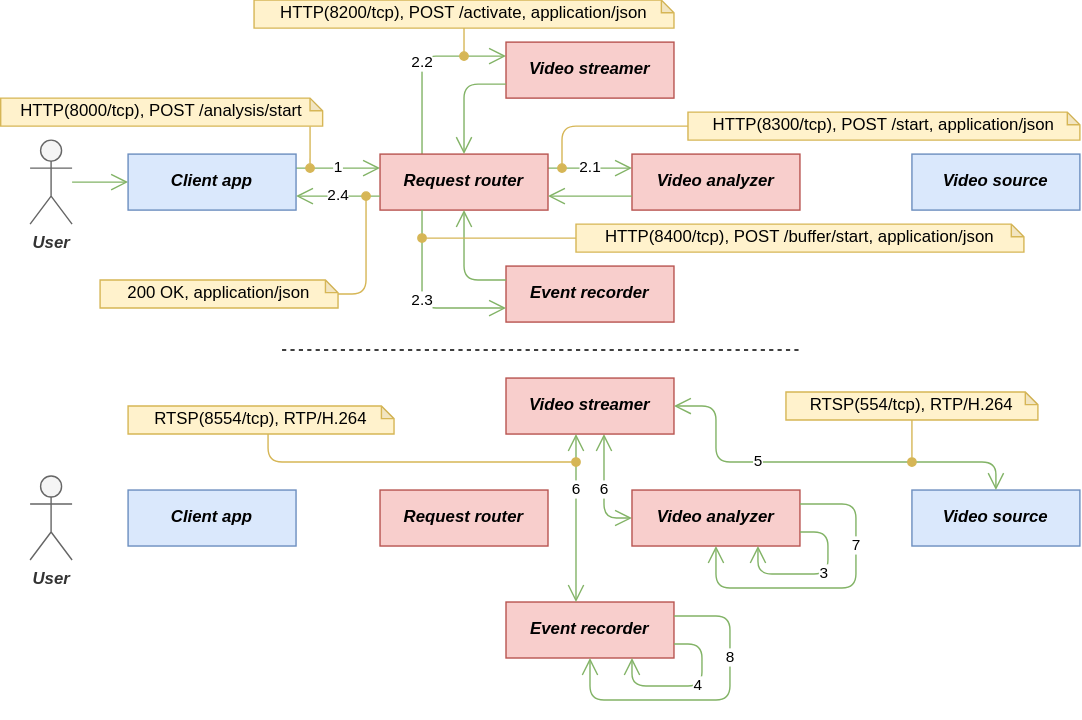
skim2048/babycat keeps this draw.io diagram as docs/sdd/figs/6-4.drawio.svg. Above is the earlier version. Source tidied: cells renumbered, new cells last; positions are measured from the earlier drawing's top-left corner, leaving out a move shared by most shapes.
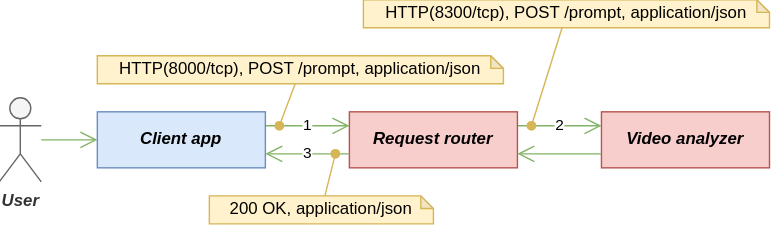
The same diagram one commit later.

Diff of the diagram source:
```diff
@@ -2,209 +2,56 @@
   <root>
     <mxCell id="0" />
     <mxCell id="1" parent="0" />
-    <mxCell id="2" value="6" style="edgeStyle=orthogonalEdgeStyle;html=1;endArrow=open;endFill=0;endSize=10;fillColor=#d5e8d4;strokeColor=#82b366;entryX=0;entryY=0.5;entryDx=0;entryDy=0;startArrow=open;startFill=0;startSize=10;" parent="1" edge="1" source="33" target="32">
-      <mxGeometry relative="1" as="geometry">
-        <Array as="points">
-          <mxPoint x="431" y="370" />
-        </Array>
-      </mxGeometry>
-    </mxCell>
     <mxCell id="3" style="edgeStyle=none;html=1;endArrow=open;endFill=0;endSize=10;fillColor=#d5e8d4;strokeColor=#82b366;" parent="1" edge="1" source="4" target="6">
-      <mxGeometry relative="1" as="geometry">
-        <Array as="points">
-          <mxPoint x="71" y="130" />
-        </Array>
-      </mxGeometry>
+      <mxGeometry relative="1" as="geometry" />
     </mxCell>
-    <mxCell id="4" value="User" style="shape=umlActor;verticalLabelPosition=bottom;verticalAlign=top;html=1;outlineConnect=0;fillColor=#f5f5f5;fontColor=#333333;strokeColor=#666666;fontStyle=3;" parent="1" vertex="1">
+    <mxCell id="4" value="User" style="shape=umlActor;verticalLabelPosition=bottom;verticalAlign=top;html=1;outlineConnect=0;fontStyle=3;fillColor=#f5f5f5;strokeColor=#666666;fontColor=#333333;" parent="1" vertex="1">
       <mxGeometry x="21" y="100" width="30" height="60" as="geometry" />
     </mxCell>
-    <mxCell id="5" value="&amp;nbsp;1&amp;nbsp;" style="edgeStyle=none;html=1;endArrow=open;endFill=0;endSize=10;entryX=0;entryY=0.25;entryDx=0;entryDy=0;exitX=1;exitY=0.25;exitDx=0;exitDy=0;fillColor=#d5e8d4;strokeColor=#82b366;" parent="1" edge="1" source="6" target="9">
+    <mxCell id="5" value="&amp;nbsp; 1&amp;nbsp;" style="edgeStyle=none;html=1;endArrow=open;endFill=0;endSize=10;entryX=0;entryY=0.25;entryDx=0;entryDy=0;exitX=1;exitY=0.25;exitDx=0;exitDy=0;fillColor=#d5e8d4;strokeColor=#82b366;" parent="1" edge="1" source="6" target="9">
       <mxGeometry relative="1" as="geometry" />
     </mxCell>
-    <mxCell id="6" value="Client app" style="rounded=0;whiteSpace=wrap;html=1;fillColor=#dae8fc;strokeColor=#6c8ebf;fontStyle=3;" parent="1" vertex="1">
+    <mxCell id="6" value="Client app" style="rounded=0;whiteSpace=wrap;html=1;fillColor=#dae8fc;fontStyle=3;strokeColor=#6c8ebf;" parent="1" vertex="1">
       <mxGeometry x="91" y="110" width="120" height="40" as="geometry" />
     </mxCell>
-    <mxCell id="7" value="&amp;nbsp;2.1&amp;nbsp;" style="edgeStyle=none;html=1;endArrow=open;endFill=0;endSize=10;exitX=1;exitY=0.25;exitDx=0;exitDy=0;entryX=0;entryY=0.25;entryDx=0;entryDy=0;fillColor=#d5e8d4;strokeColor=#82b366;" parent="1" edge="1" source="9" target="10">
+    <mxCell id="7" value="&amp;nbsp;2&amp;nbsp;" style="edgeStyle=none;html=1;endArrow=open;endFill=0;endSize=10;exitX=1;exitY=0.25;exitDx=0;exitDy=0;entryX=0;entryY=0.25;entryDx=0;entryDy=0;fillColor=#d5e8d4;strokeColor=#82b366;" parent="1" edge="1" source="9" target="10">
       <mxGeometry relative="1" as="geometry" />
     </mxCell>
-    <mxCell id="8" value="&amp;nbsp;2.2&amp;nbsp;" style="edgeStyle=orthogonalEdgeStyle;html=1;endArrow=open;endFill=0;endSize=10;entryX=0;entryY=0.25;entryDx=0;entryDy=0;exitX=0.25;exitY=0;exitDx=0;exitDy=0;fillColor=#d5e8d4;strokeColor=#82b366;" parent="1" edge="1" source="9" target="11">
-      <mxGeometry relative="1" as="geometry" />
-    </mxCell>
-    <mxCell id="9" value="Request router" style="rounded=0;whiteSpace=wrap;html=1;fillColor=#f8cecc;strokeColor=#b85450;fontStyle=3;" parent="1" vertex="1">
+    <mxCell id="9" value="Request router" style="rounded=0;whiteSpace=wrap;html=1;fillColor=#f8cecc;fontStyle=3;strokeColor=#b85450;" parent="1" vertex="1">
       <mxGeometry x="271" y="110" width="120" height="40" as="geometry" />
     </mxCell>
-    <mxCell id="10" value="Video analyzer" style="rounded=0;whiteSpace=wrap;html=1;fillColor=#f8cecc;strokeColor=#b85450;fontStyle=3;" parent="1" vertex="1">
+    <mxCell id="10" value="Video analyzer" style="rounded=0;whiteSpace=wrap;html=1;fillColor=#f8cecc;fontStyle=3;strokeColor=#b85450;" parent="1" vertex="1">
       <mxGeometry x="451" y="110" width="120" height="40" as="geometry" />
     </mxCell>
-    <mxCell id="11" value="Video streamer" style="rounded=0;whiteSpace=wrap;html=1;fillColor=#f8cecc;strokeColor=#b85450;fontStyle=3;" parent="1" vertex="1">
-      <mxGeometry x="361" y="30" width="120" height="40" as="geometry" />
-    </mxCell>
-    <mxCell id="12" value="Event recorder" style="rounded=0;whiteSpace=wrap;html=1;fillColor=#f8cecc;strokeColor=#b85450;fontStyle=3;" parent="1" vertex="1">
-      <mxGeometry x="361" y="190" width="120" height="40" as="geometry" />
-    </mxCell>
-    <mxCell id="13" value="Video source" style="rounded=0;whiteSpace=wrap;html=1;fillColor=#dae8fc;strokeColor=#6c8ebf;fontStyle=3;" parent="1" vertex="1">
-      <mxGeometry x="651" y="110" width="120" height="40" as="geometry" />
-    </mxCell>
-    <mxCell id="14" style="edgeStyle=orthogonalEdgeStyle;html=1;endArrow=open;endFill=0;endSize=10;entryX=0.5;entryY=0;entryDx=0;entryDy=0;exitX=0;exitY=0.75;exitDx=0;exitDy=0;fillColor=#d5e8d4;strokeColor=#82b366;" parent="1" edge="1" source="11" target="9">
-      <mxGeometry x="-0.11" relative="1" as="geometry" />
-    </mxCell>
-    <mxCell id="15" value="&amp;nbsp;2.3&amp;nbsp;" style="edgeStyle=orthogonalEdgeStyle;html=1;endArrow=open;endFill=0;endSize=10;entryX=0;entryY=0.75;entryDx=0;entryDy=0;exitX=0.25;exitY=1;exitDx=0;exitDy=0;fillColor=#d5e8d4;strokeColor=#82b366;" parent="1" edge="1" source="9" target="12">
-      <mxGeometry relative="1" as="geometry" />
-    </mxCell>
-    <mxCell id="16" style="edgeStyle=orthogonalEdgeStyle;html=1;endArrow=open;endFill=0;endSize=10;entryX=0.5;entryY=1;entryDx=0;entryDy=0;exitX=0;exitY=0.25;exitDx=0;exitDy=0;fillColor=#d5e8d4;strokeColor=#82b366;" parent="1" edge="1" source="12" target="9">
-      <mxGeometry x="-0.11" relative="1" as="geometry" />
-    </mxCell>
     <mxCell id="17" style="edgeStyle=none;html=1;endArrow=open;endFill=0;endSize=10;exitX=0;exitY=0.75;exitDx=0;exitDy=0;entryX=1;entryY=0.75;entryDx=0;entryDy=0;fillColor=#d5e8d4;strokeColor=#82b366;" parent="1" edge="1" source="10" target="9">
       <mxGeometry relative="1" as="geometry" />
     </mxCell>
-    <mxCell id="18" value="&amp;nbsp;2.4&amp;nbsp;" style="edgeStyle=none;html=1;endArrow=open;endFill=0;endSize=10;exitX=0;exitY=0.75;exitDx=0;exitDy=0;entryX=1;entryY=0.75;entryDx=0;entryDy=0;fillColor=#d5e8d4;strokeColor=#82b366;" parent="1" edge="1" source="9" target="6">
-      <mxGeometry relative="1" as="geometry" />
-    </mxCell>
-    <mxCell id="19" value="HTTP(8000/tcp), POST /analysis/start" style="shape=note;whiteSpace=wrap;html=1;backgroundOutline=1;darkOpacity=0.05;size=9;fillColor=#fff2cc;strokeColor=#d6b656;" parent="1" vertex="1">
-      <mxGeometry y="70" width="230" height="20" as="geometry" />
-    </mxCell>
-    <mxCell id="20" style="edgeStyle=none;html=1;endArrow=oval;endFill=1;fillColor=#fff2cc;strokeColor=#d6b656;exitX=0.961;exitY=1.01;exitDx=0;exitDy=0;exitPerimeter=0;" parent="1" edge="1" source="19">
-      <mxGeometry relative="1" as="geometry">
-        <mxPoint x="221" y="120" as="targetPoint" />
-      </mxGeometry>
-    </mxCell>
-    <mxCell id="21" value="HTTP(8200/tcp), POST /activate, application/json" style="shape=note;whiteSpace=wrap;html=1;backgroundOutline=1;darkOpacity=0.05;size=9;fillColor=#fff2cc;strokeColor=#d6b656;" parent="1" vertex="1">
-      <mxGeometry x="181" width="300" height="20" as="geometry" />
-    </mxCell>
-    <mxCell id="22" style="edgeStyle=none;html=1;endArrow=oval;endFill=1;fillColor=#fff2cc;strokeColor=#d6b656;" parent="1" edge="1" source="21">
-      <mxGeometry relative="1" as="geometry">
-        <mxPoint x="331" y="40" as="targetPoint" />
-      </mxGeometry>
-    </mxCell>
-    <mxCell id="23" value="HTTP(8300/tcp), POST /start, application/json" style="shape=note;whiteSpace=wrap;html=1;backgroundOutline=1;darkOpacity=0.05;size=9;fillColor=#fff2cc;strokeColor=#d6b656;" parent="1" vertex="1">
-      <mxGeometry x="491" y="80" width="280" height="20" as="geometry" />
-    </mxCell>
-    <mxCell id="24" style="edgeStyle=orthogonalEdgeStyle;html=1;endArrow=oval;endFill=1;fillColor=#fff2cc;strokeColor=#d6b656;exitX=0;exitY=0.5;exitDx=0;exitDy=0;exitPerimeter=0;" parent="1" edge="1" source="23">
-      <mxGeometry relative="1" as="geometry">
-        <mxPoint x="401" y="120" as="targetPoint" />
-      </mxGeometry>
-    </mxCell>
-    <mxCell id="25" value="HTTP(8400/tcp), POST /buffer/start, application/json" style="shape=note;whiteSpace=wrap;html=1;backgroundOutline=1;darkOpacity=0.05;size=9;fillColor=#fff2cc;strokeColor=#d6b656;" parent="1" vertex="1">
-      <mxGeometry x="411" y="160" width="320" height="20" as="geometry" />
-    </mxCell>
-    <mxCell id="26" style="edgeStyle=none;html=1;endArrow=oval;endFill=1;fillColor=#fff2cc;strokeColor=#d6b656;" parent="1" edge="1" source="25">
-      <mxGeometry relative="1" as="geometry">
-        <mxPoint x="301" y="170" as="targetPoint" />
-        <Array as="points">
-          <mxPoint x="351" y="170" />
-        </Array>
-      </mxGeometry>
-    </mxCell>
+    <mxCell id="36" value="&amp;nbsp;3&amp;nbsp;" style="edgeStyle=none;html=1;endArrow=open;endFill=0;endSize=10;exitX=0;exitY=0.75;exitDx=0;exitDy=0;entryX=1;entryY=0.75;entryDx=0;entryDy=0;fillColor=#d5e8d4;strokeColor=#82b366;" parent="1" edge="1" source="9" target="6">
+      <mxGeometry relative="1" as="geometry" />
+    </mxCell>
+    <mxCell id="47" style="edgeStyle=none;html=1;endArrow=oval;endFill=1;fillColor=#fff2cc;strokeColor=#d6b656;" parent="1" edge="1" source="48">
+      <mxGeometry relative="1" as="geometry">
+        <mxPoint x="221" y="120" as="targetPoint" />
+      </mxGeometry>
+    </mxCell>
+    <mxCell id="48" value="HTTP(8000/tcp), POST /prompt, application/json" style="shape=note;whiteSpace=wrap;html=1;backgroundOutline=1;darkOpacity=0.05;size=9;fillColor=#fff2cc;strokeColor=#d6b656;" parent="1" vertex="1">
+      <mxGeometry x="91" y="70" width="290" height="20" as="geometry" />
+    </mxCell>
+    <mxCell id="49" style="edgeStyle=none;html=1;endArrow=oval;endFill=1;fillColor=#fff2cc;strokeColor=#d6b656;" parent="1" edge="1" source="50">
+      <mxGeometry relative="1" as="geometry">
+        <mxPoint x="401" y="120" as="targetPoint" />
+      </mxGeometry>
+    </mxCell>
+    <mxCell id="50" value="HTTP(8300/tcp), POST /prompt, application/json" style="shape=note;whiteSpace=wrap;html=1;backgroundOutline=1;darkOpacity=0.05;size=9;fillColor=#fff2cc;strokeColor=#d6b656;" parent="1" vertex="1">
+      <mxGeometry x="281" y="30" width="290" height="20" as="geometry" />
+    </mxCell>
+    <mxCell id="51" style="edgeStyle=none;html=1;endArrow=oval;endFill=1;fillColor=#fff2cc;strokeColor=#d6b656;" parent="1" edge="1" source="27">
+      <mxGeometry relative="1" as="geometry">
+        <mxPoint x="261" y="140" as="targetPoint" />
+      </mxGeometry>
+    </mxCell>
     <mxCell id="27" value="200 OK, application/json" style="shape=note;whiteSpace=wrap;html=1;backgroundOutline=1;darkOpacity=0.05;size=9;fillColor=#fff2cc;strokeColor=#d6b656;" parent="1" vertex="1">
-      <mxGeometry x="71" y="200" width="170" height="20" as="geometry" />
+      <mxGeometry x="171" y="170" width="160" height="20" as="geometry" />
     </mxCell>
-    <mxCell id="28" style="edgeStyle=orthogonalEdgeStyle;html=1;endArrow=oval;endFill=1;fillColor=#fff2cc;strokeColor=#d6b656;" parent="1" edge="1" source="27">
-      <mxGeometry relative="1" as="geometry">
-        <mxPoint x="261" y="140" as="targetPoint" />
-      </mxGeometry>
-    </mxCell>
-    <mxCell id="29" value="User" style="shape=umlActor;verticalLabelPosition=bottom;verticalAlign=top;html=1;fillColor=#f5f5f5;fontColor=#333333;strokeColor=#666666;fontStyle=3;" parent="1" vertex="1">
-      <mxGeometry x="21" y="340" width="30" height="60" as="geometry" />
-    </mxCell>
-    <mxCell id="30" value="Client app" style="rounded=0;whiteSpace=wrap;html=1;fillColor=#dae8fc;strokeColor=#6c8ebf;fontStyle=3;" parent="1" vertex="1">
-      <mxGeometry x="91" y="350" width="120" height="40" as="geometry" />
-    </mxCell>
-    <mxCell id="31" value="Request router" style="rounded=0;whiteSpace=wrap;html=1;fillColor=#f8cecc;strokeColor=#b85450;fontStyle=3;" parent="1" vertex="1">
-      <mxGeometry x="271" y="350" width="120" height="40" as="geometry" />
-    </mxCell>
-    <mxCell id="32" value="Video analyzer" style="rounded=0;whiteSpace=wrap;html=1;fillColor=#f8cecc;strokeColor=#b85450;fontStyle=3;" parent="1" vertex="1">
-      <mxGeometry x="451" y="350" width="120" height="40" as="geometry" />
-    </mxCell>
-    <mxCell id="33" value="Video streamer" style="rounded=0;whiteSpace=wrap;html=1;fillColor=#f8cecc;strokeColor=#b85450;fontStyle=3;" parent="1" vertex="1">
-      <mxGeometry x="361" y="270" width="120" height="40" as="geometry" />
-    </mxCell>
-    <mxCell id="34" value="Event recorder" style="rounded=0;whiteSpace=wrap;html=1;fillColor=#f8cecc;strokeColor=#b85450;fontStyle=3;" parent="1" vertex="1">
-      <mxGeometry x="361" y="430" width="120" height="40" as="geometry" />
-    </mxCell>
-    <mxCell id="35" value="Video source" style="rounded=0;whiteSpace=wrap;html=1;fillColor=#dae8fc;strokeColor=#6c8ebf;fontStyle=3;" parent="1" vertex="1">
-      <mxGeometry x="651" y="350" width="120" height="40" as="geometry" />
-    </mxCell>
-    <mxCell id="36" value="&amp;nbsp;3&amp;nbsp;" style="edgeStyle=orthogonalEdgeStyle;html=1;endArrow=open;endFill=0;endSize=10;entryX=0.75;entryY=1;entryDx=0;entryDy=0;exitX=1;exitY=0.75;exitDx=0;exitDy=0;fillColor=#d5e8d4;strokeColor=#82b366;innerLoopWaypoints=1;" parent="1" edge="1" source="32" target="32">
-      <mxGeometry x="-0.11" relative="1" as="geometry">
-        <Array as="points">
-          <mxPoint x="591" y="380" />
-          <mxPoint x="591" y="410" />
-          <mxPoint x="541" y="410" />
-        </Array>
-      </mxGeometry>
-    </mxCell>
-    <mxCell id="37" value="&amp;nbsp;4&amp;nbsp;" style="edgeStyle=orthogonalEdgeStyle;html=1;endArrow=open;endFill=0;endSize=10;entryX=0.75;entryY=1;entryDx=0;entryDy=0;exitX=1;exitY=0.75;exitDx=0;exitDy=0;fillColor=#d5e8d4;strokeColor=#82b366;innerLoopWaypoints=1;" parent="1" edge="1" source="34" target="34">
-      <mxGeometry x="-0.11" relative="1" as="geometry">
-        <Array as="points">
-          <mxPoint x="501" y="460" />
-          <mxPoint x="501" y="490" />
-          <mxPoint x="451" y="490" />
-        </Array>
-      </mxGeometry>
-    </mxCell>
-    <mxCell id="38" value="&amp;nbsp;5&amp;nbsp;" style="edgeStyle=orthogonalEdgeStyle;html=1;endArrow=open;endFill=0;endSize=10;fillColor=#d5e8d4;strokeColor=#82b366;startArrow=open;startFill=0;startSize=10;exitX=1;exitY=0.5;exitDx=0;exitDy=0;" parent="1" edge="1" source="33" target="35">
-      <mxGeometry x="-0.31" relative="1" as="geometry">
-        <Array as="points">
-          <mxPoint x="511" y="290" />
-          <mxPoint x="511" y="330" />
-          <mxPoint x="711" y="330" />
-        </Array>
-      </mxGeometry>
-    </mxCell>
-    <mxCell id="39" value="&amp;nbsp;7&amp;nbsp;" style="edgeStyle=orthogonalEdgeStyle;html=1;endArrow=open;endFill=0;endSize=10;entryX=0.5;entryY=1;entryDx=0;entryDy=0;exitX=1;exitY=0.25;exitDx=0;exitDy=0;fillColor=#d5e8d4;strokeColor=#82b366;innerLoopWaypoints=1;" parent="1" edge="1" source="32" target="32">
-      <mxGeometry x="-0.39" relative="1" as="geometry">
-        <Array as="points">
-          <mxPoint x="611" y="360" />
-          <mxPoint x="611" y="420" />
-          <mxPoint x="511" y="420" />
-        </Array>
-      </mxGeometry>
-    </mxCell>
-    <mxCell id="40" value="&amp;nbsp;8&amp;nbsp;" style="edgeStyle=orthogonalEdgeStyle;html=1;endArrow=open;endFill=0;endSize=10;entryX=0.5;entryY=1;entryDx=0;entryDy=0;exitX=1;exitY=0.25;exitDx=0;exitDy=0;fillColor=#d5e8d4;strokeColor=#82b366;innerLoopWaypoints=1;" parent="1" edge="1" source="34" target="34">
-      <mxGeometry x="-0.39" relative="1" as="geometry">
-        <Array as="points">
-          <mxPoint x="521" y="440" />
-          <mxPoint x="521" y="500" />
-          <mxPoint x="421" y="500" />
-        </Array>
-      </mxGeometry>
-    </mxCell>
-    <mxCell id="41" value="RTSP(554/tcp), RTP/H.264" style="shape=note;whiteSpace=wrap;html=1;backgroundOutline=1;darkOpacity=0.05;size=9;fillColor=#fff2cc;strokeColor=#d6b656;" parent="1" vertex="1">
-      <mxGeometry x="561" y="280" width="180" height="20" as="geometry" />
-    </mxCell>
-    <mxCell id="42" style="html=1;endArrow=oval;endFill=1;fillColor=#fff2cc;strokeColor=#d6b656;" parent="1" edge="1" source="41">
-      <mxGeometry relative="1" as="geometry">
-        <mxPoint x="651" y="330" as="targetPoint" />
-        <Array as="points">
-          <mxPoint x="651" y="310" />
-        </Array>
-      </mxGeometry>
-    </mxCell>
-    <mxCell id="43" value="&amp;nbsp;6&amp;nbsp;" style="edgeStyle=orthogonalEdgeStyle;html=1;endArrow=open;endFill=0;endSize=10;fillColor=#d5e8d4;strokeColor=#82b366;startArrow=open;startFill=0;startSize=10;" parent="1" edge="1" source="33" target="34">
-      <mxGeometry x="-0.33" relative="1" as="geometry">
-        <Array as="points">
-          <mxPoint x="411" y="370" />
-          <mxPoint x="411" y="370" />
-        </Array>
-      </mxGeometry>
-    </mxCell>
-    <mxCell id="44" value="RTSP(8554/tcp), RTP/H.264" style="shape=note;whiteSpace=wrap;html=1;backgroundOutline=1;darkOpacity=0.05;size=9;fillColor=#fff2cc;strokeColor=#d6b656;" parent="1" vertex="1">
-      <mxGeometry x="91" y="290" width="190" height="20" as="geometry" />
-    </mxCell>
-    <mxCell id="45" style="html=1;endArrow=oval;endFill=1;fillColor=#fff2cc;strokeColor=#d6b656;edgeStyle=orthogonalEdgeStyle;" parent="1" edge="1" source="44">
-      <mxGeometry relative="1" as="geometry">
-        <mxPoint x="411" y="330" as="targetPoint" />
-        <Array as="points">
-          <mxPoint x="191" y="330" />
-        </Array>
-      </mxGeometry>
-    </mxCell>
-    <mxCell id="46" style="endArrow=none;dashed=1;html=1;" parent="1" edge="1">
-      <mxGeometry relative="1" as="geometry">
-        <mxPoint x="201" y="250" as="sourcePoint" />
-        <mxPoint x="571" y="250" as="targetPoint" />
-      </mxGeometry>
-    </mxCell>
   </root>
 </mxGraphModel>
```
